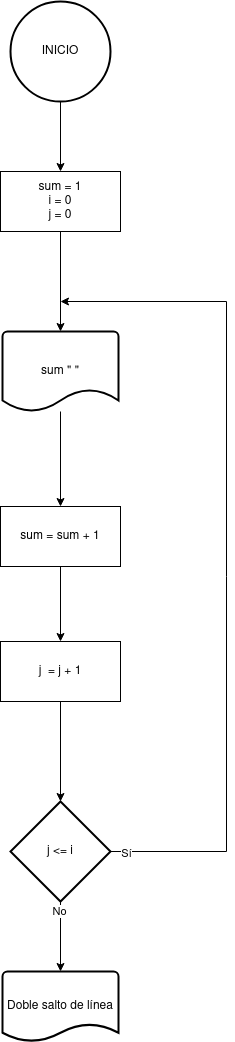
Before: unidad-1/tareas/Tarea3/images/diagrama-tarea3-01.png, a diagram exported from draw.io (mackstm/programacion). Source tidied: cells renumbered, new cells last; positions are measured from the earlier drawing's top-left corner, leaving out a move shared by most shapes.
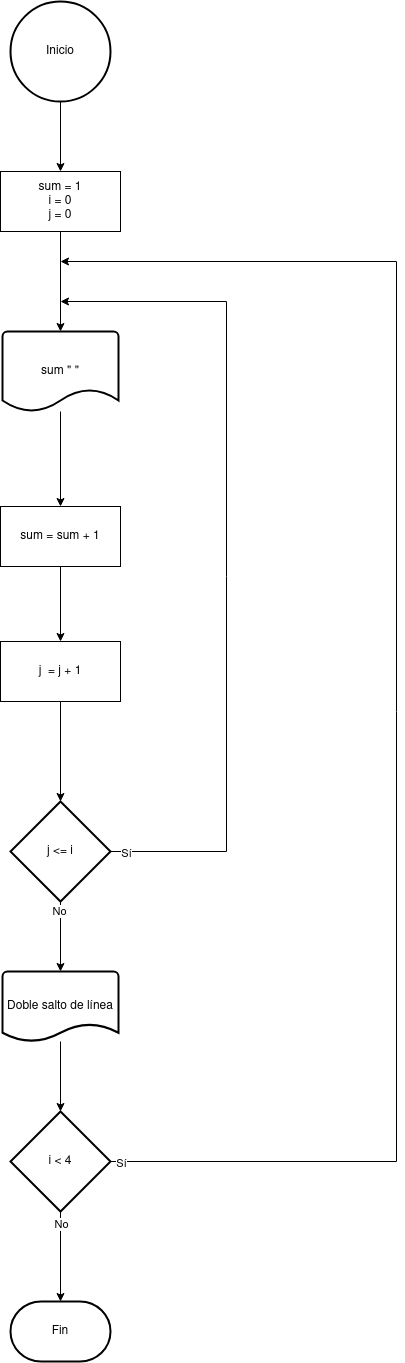
After the commit.

What changed in the source:
```diff
@@ -5,7 +5,7 @@
     <mxCell id="2" style="edgeStyle=orthogonalEdgeStyle;rounded=0;jettySize=auto;html=1;entryX=0.5;entryY=0;entryDx=0;entryDy=0;" parent="1" edge="1" source="3" target="5">
       <mxGeometry relative="1" as="geometry" />
     </mxCell>
-    <mxCell id="3" value="INICIO" style="strokeWidth=2;html=1;shape=mxgraph.flowchart.start_2;whiteSpace=wrap;" parent="1" vertex="1">
+    <mxCell id="3" value="Inicio" style="strokeWidth=2;html=1;shape=mxgraph.flowchart.start_2;whiteSpace=wrap;" parent="1" vertex="1">
       <mxGeometry x="10" width="100" height="100" as="geometry" />
     </mxCell>
     <mxCell id="4" style="edgeStyle=orthogonalEdgeStyle;rounded=0;jettySize=auto;html=1;" parent="1" edge="1" source="5" target="7">
@@ -56,5 +56,32 @@
     <mxCell id="17" value="Doble salto de línea" style="strokeWidth=2;html=1;shape=mxgraph.flowchart.document2;whiteSpace=wrap;size=0.25;" parent="1" vertex="1">
       <mxGeometry x="2" y="970" width="116" height="70" as="geometry" />
     </mxCell>
+    <mxCell id="18" style="edgeStyle=orthogonalEdgeStyle;rounded=0;jettySize=auto;html=1;" parent="1" edge="1" source="20">
+      <mxGeometry relative="1" as="geometry">
+        <mxPoint x="60" y="260" as="targetPoint" />
+        <Array as="points">
+          <mxPoint x="396" y="1160" />
+          <mxPoint x="396" y="260" />
+        </Array>
+      </mxGeometry>
+    </mxCell>
+    <mxCell id="19" value="Sí" style="edgeLabel;html=1;align=center;verticalAlign=middle;" parent="18" vertex="1">
+      <mxGeometry x="-0.99" y="-2" relative="1" as="geometry" />
+    </mxCell>
+    <mxCell id="20" value="i &amp;lt; 4" style="strokeWidth=2;html=1;shape=mxgraph.flowchart.decision;whiteSpace=wrap;" parent="1" vertex="1">
+      <mxGeometry x="10" y="1110" width="100" height="100" as="geometry" />
+    </mxCell>
+    <mxCell id="21" style="edgeStyle=orthogonalEdgeStyle;rounded=0;jettySize=auto;html=1;entryX=0.5;entryY=0;entryDx=0;entryDy=0;entryPerimeter=0;" parent="1" edge="1" source="17" target="20">
+      <mxGeometry relative="1" as="geometry" />
+    </mxCell>
+    <mxCell id="22" value="Fin" style="strokeWidth=2;html=1;shape=mxgraph.flowchart.terminator;whiteSpace=wrap;" parent="1" vertex="1">
+      <mxGeometry x="10" y="1300" width="100" height="60" as="geometry" />
+    </mxCell>
+    <mxCell id="23" style="edgeStyle=orthogonalEdgeStyle;rounded=0;jettySize=auto;html=1;entryX=0.5;entryY=0;entryDx=0;entryDy=0;entryPerimeter=0;" parent="1" edge="1" source="20" target="22">
+      <mxGeometry relative="1" as="geometry" />
+    </mxCell>
+    <mxCell id="24" value="No" style="edgeLabel;html=1;align=center;verticalAlign=middle;" parent="23" vertex="1">
+      <mxGeometry x="-0.71" y="1" relative="1" as="geometry" />
+    </mxCell>
   </root>
 </mxGraphModel>
```
